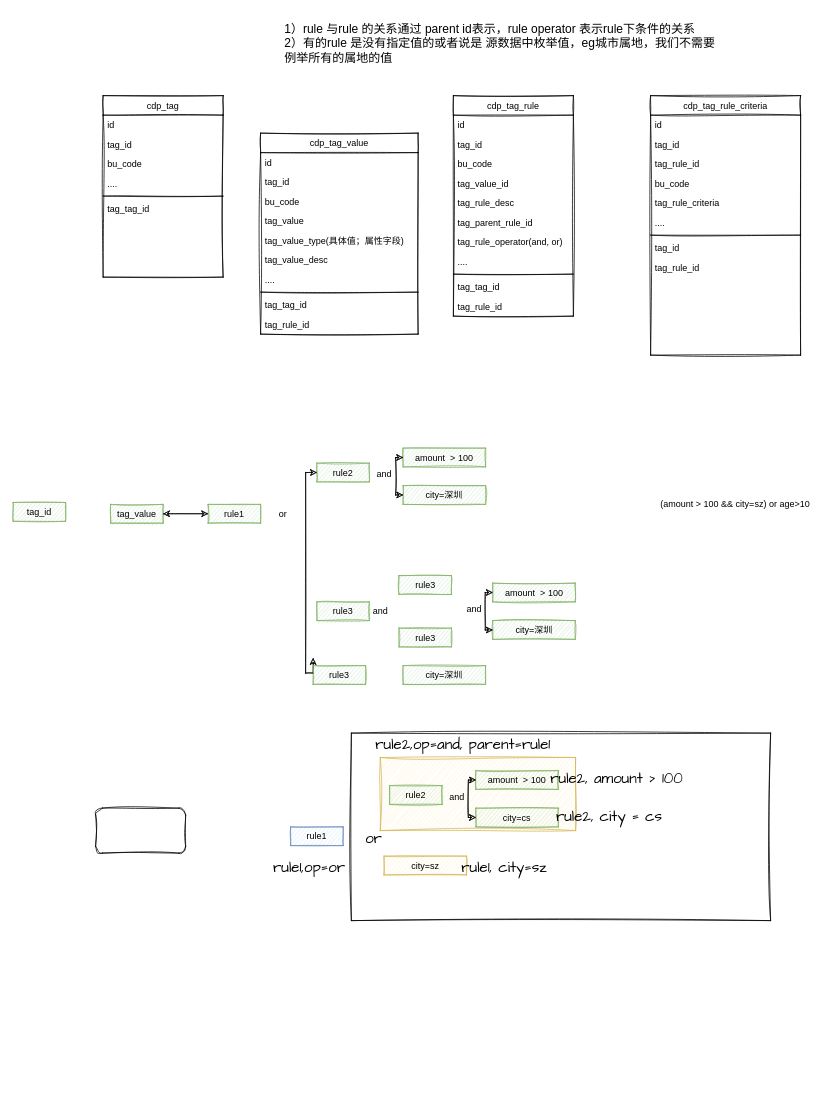
Before: techlab/cdp_model_tmp.drawio in qiufang1314/drawio, a draw.io diagram. Source tidied: cells renumbered, new cells numbered last; positions are measured from the earlier drawing's top-left corner, leaving out a move shared by most shapes. Both pictures are drawn from the tidied source at 75%, with x=0, y=0 at pixel (13, 13).
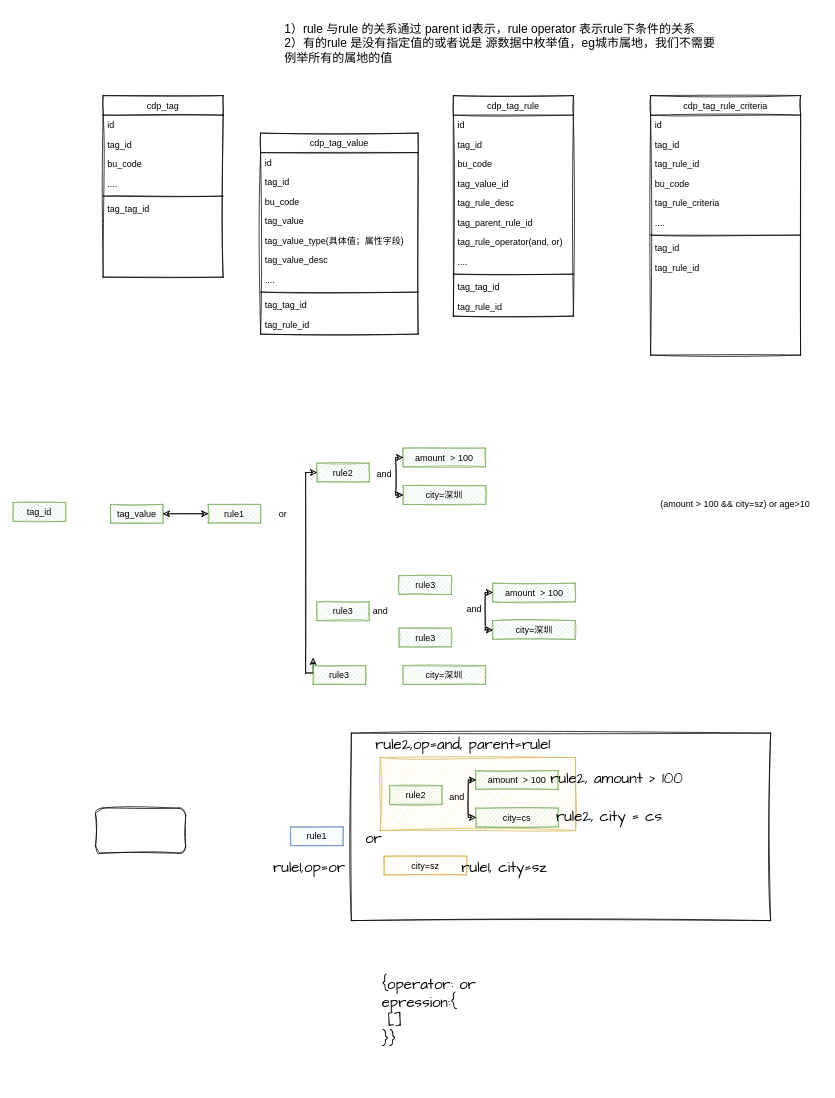
After the change.

The edit, as a diff of the source:
```diff
@@
+    <mxCell id="83" value="{operator: or&lt;br&gt;epression:{&lt;br&gt;&lt;span style=&quot;white-space: pre;&quot;&gt; []&lt;/span&gt;&lt;br&gt;}}" style="text;html=1;strokeColor=none;fillColor=none;align=left;verticalAlign=middle;whiteSpace=wrap;rounded=0;sketch=1;hachureGap=4;jiggle=2;fontFamily=Architects Daughter;fontSize=20;" parent="1" vertex="1">
+      <mxGeometry x="489.5" y="1230" width="195" height="200" as="geometry" />
+    </mxCell>
```
